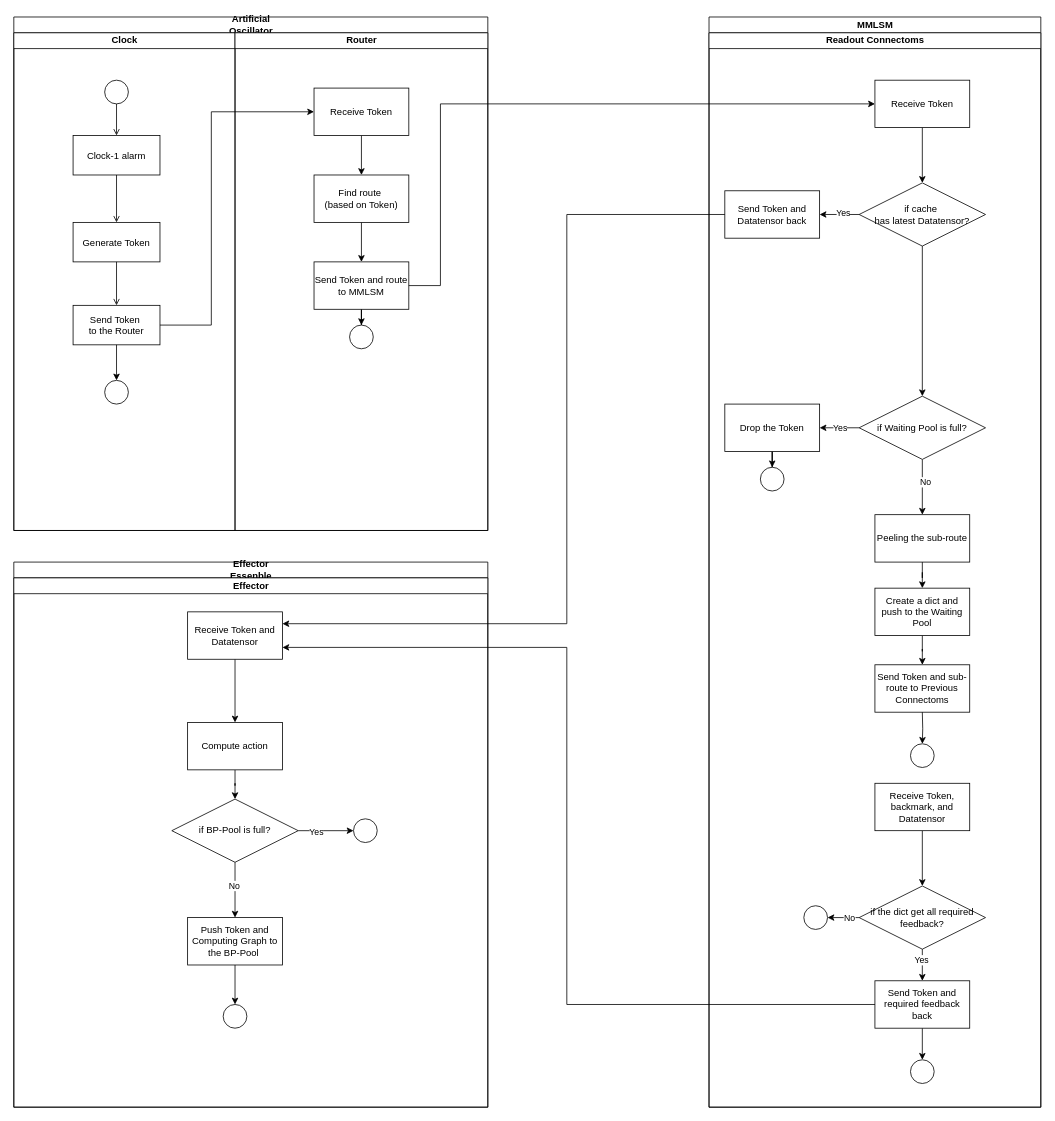
xiechuxi/Memorophila_computing keeps this draw.io diagram as Forward_Process.drawio. Above is the earlier version. Source tidied: cells renumbered, new cells numbered last; positions are measured from the earlier drawing's top-left corner, leaving out a move shared by most shapes. Both pictures are drawn from the tidied source at 79%, with x=0, y=0 at pixel (13, 17).
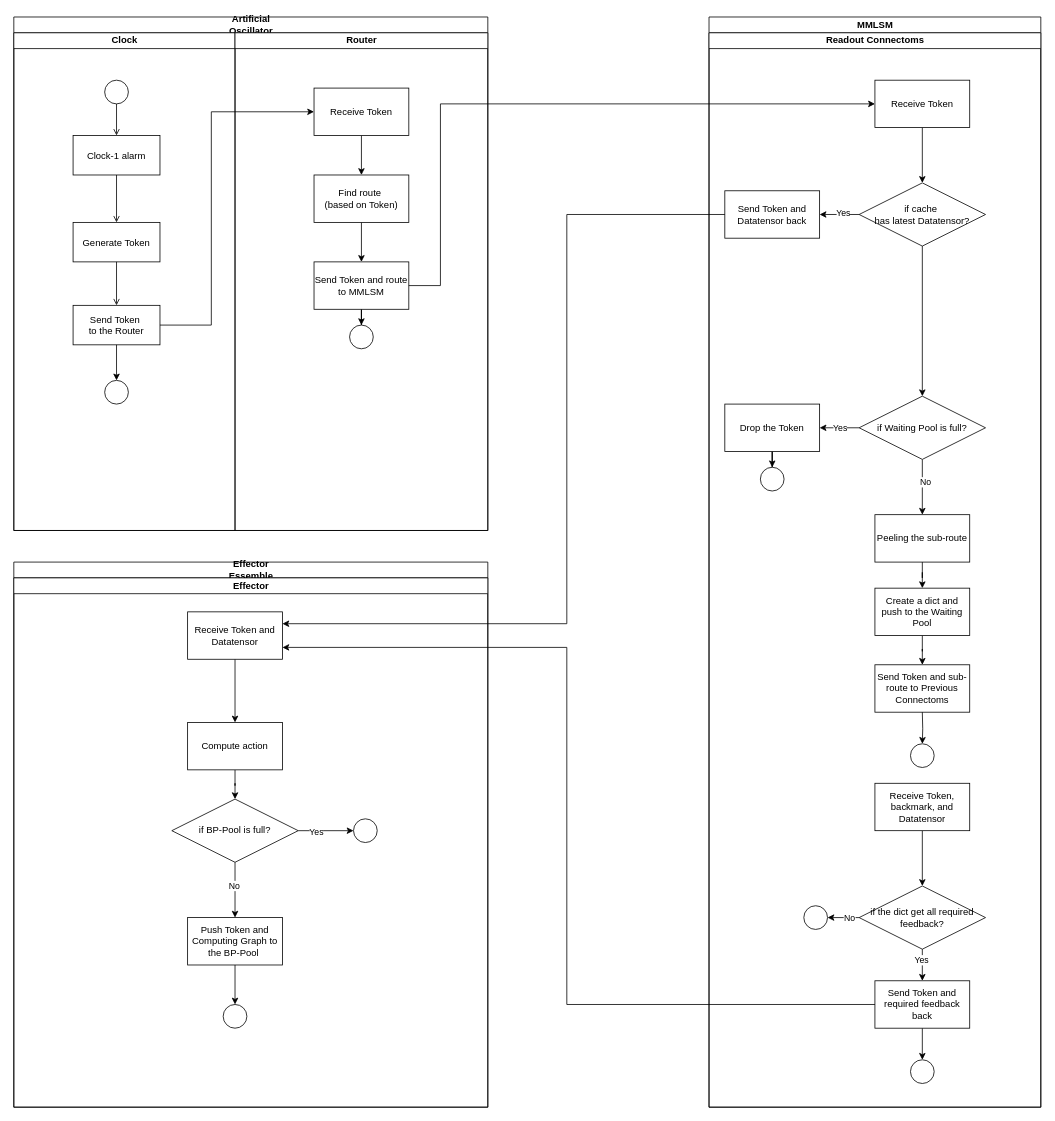
The same diagram, later.

Diff of the diagram source:
```diff
@@
-    <mxCell id="59" value="&lt;span style=&quot;text-wrap-mode: wrap;&quot;&gt;Effector Essenble&lt;/span&gt;" style="swimlane;startSize=20;html=1;" parent="1" vertex="1">
+    <mxCell id="59" value="&lt;span style=&quot;text-wrap-mode: wrap;&quot;&gt;Effector Essemble&lt;/span&gt;" style="swimlane;startSize=20;html=1;" parent="1" vertex="1">
       <mxGeometry y="690" width="600" height="690" as="geometry" />
     </mxCell>
```
